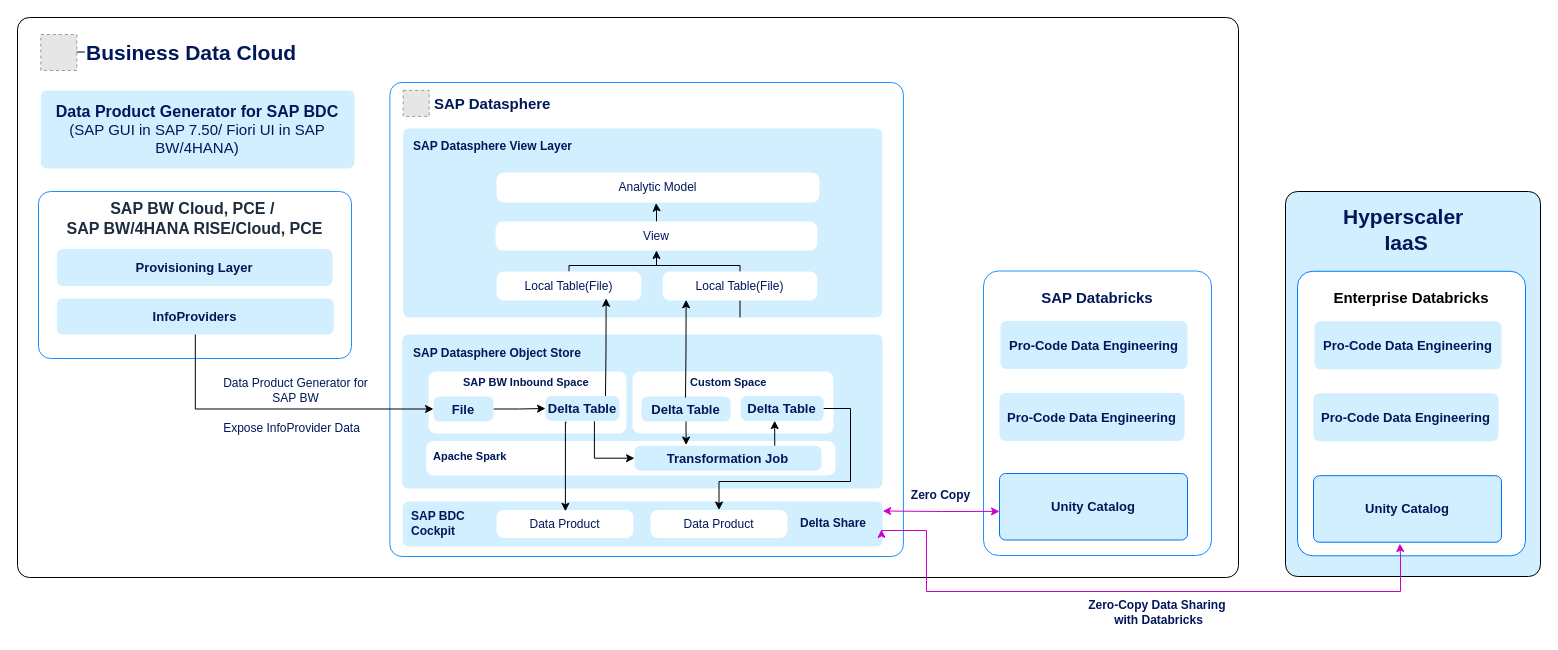
Before: docs/ref-arch/RA0013/4-modernizing-sap-bw-with-sap-bdc/drawio/bw-approach-3.drawio in SAP/architecture-center, a draw.io diagram. Source tidied: cells renumbered, new cells numbered last; positions are measured from the earlier drawing's top-left corner, leaving out a move shared by most shapes. Both pictures are drawn from the tidied source at 100%, with x=0, y=0 at pixel (17, 17). Pictures stored in the file or linked from it are replaced by grey dashed boxes.
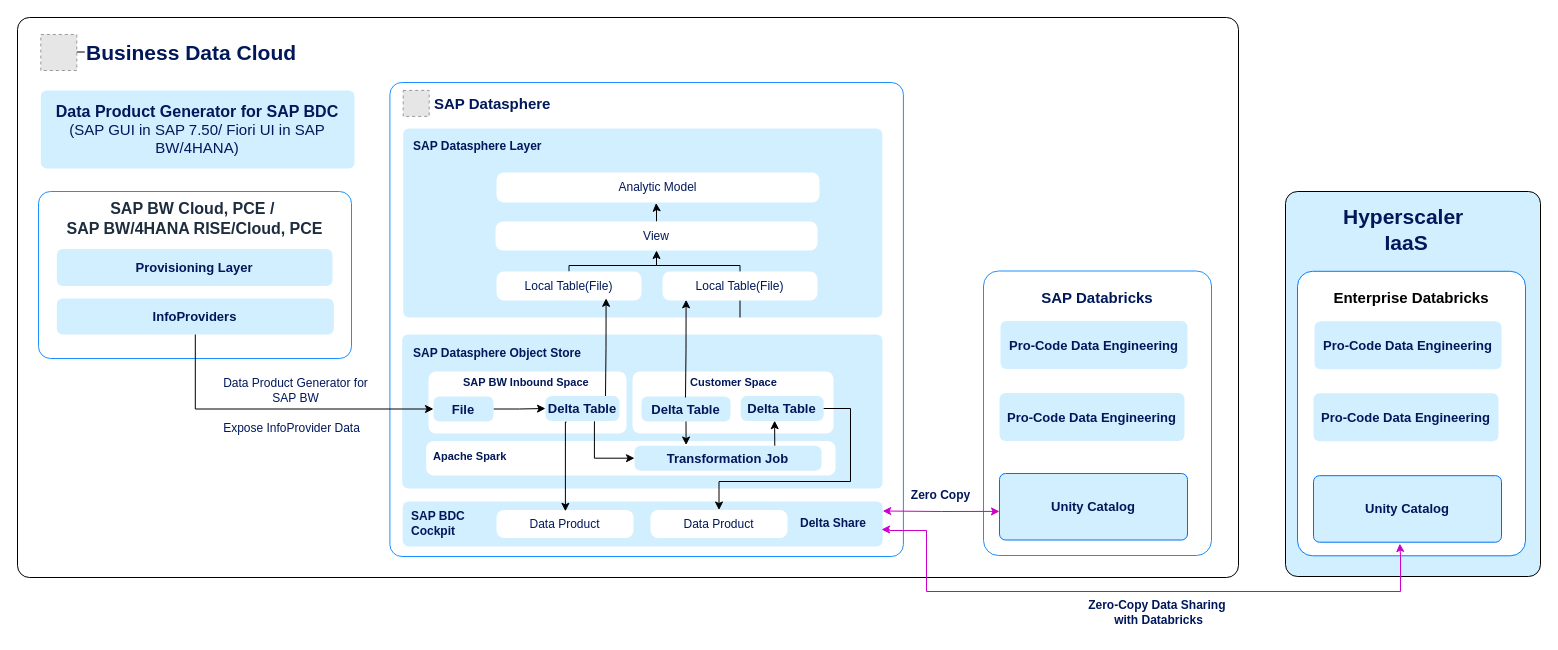
Above is the later version.

The change refers to these unchanged cells:
```xml
<mxCell id="60" value="&lt;span&gt;Unity Catalog&lt;/span&gt;" style="rounded=1;whiteSpace=wrap;html=1;strokeColor=#0070F2;fillColor=#D1EFFF;arcSize=12;absoluteArcSize=1;imageWidth=64;imageHeight=64;strokeWidth=1;fontStyle=1;fontColor=light-dark(#00185A,#CCDDFF);fontSize=13;align=center;verticalAlign=middle;fontFamily=Helvetica;gradientColor=none;gradientDirection=south;" parent="1" vertex="1">
  <mxGeometry x="1296" y="458.2" width="188" height="66.5" as="geometry" />
</mxCell>
```

What changed in the source:
```diff
@@
-    <mxCell id="25" value="&lt;font face=&quot;arial&quot;&gt;&lt;b&gt;SAP Datasphere&amp;nbsp;&lt;/b&gt;&lt;/font&gt;&lt;b style=&quot;font-family: arial; background-color: transparent;&quot;&gt;View Layer&lt;/b&gt;" style="text;html=1;align=left;verticalAlign=middle;strokeColor=none;fillColor=none;fontSize=12;fontColor=light-dark(#00185A,#C5D9FF);fontFamily=Helvetica;" parent="1" vertex="1">
-      <mxGeometry x="394" y="116" width="177" height="26" as="geometry" />
+    <mxCell id="25" value="&lt;font face=&quot;arial&quot;&gt;&lt;b&gt;SAP Datasphere&lt;/b&gt;&lt;/font&gt;&lt;b style=&quot;font-family: arial; background-color: transparent;&quot;&gt;&amp;nbsp;Layer&lt;/b&gt;" style="text;html=1;align=left;verticalAlign=middle;strokeColor=none;fillColor=none;fontSize=12;fontColor=light-dark(#00185A,#C5D9FF);fontFamily=Helvetica;" parent="1" vertex="1">
+      <mxGeometry x="394" y="116" width="147" height="26" as="geometry" />
     </mxCell>
@@
-    <mxCell id="38" value="&lt;font style=&quot;font-size: 11px;&quot;&gt;&lt;b style=&quot;&quot;&gt;Custom Space&lt;/b&gt;&lt;/font&gt;" style="text;whiteSpace=wrap;html=1;align=left;spacing=0;fontColor=light-dark(#00185A,#C5D9FF);fontSize=15;verticalAlign=middle;" parent="1" vertex="1">
+    <mxCell id="38" value="&lt;font style=&quot;font-size: 11px;&quot;&gt;&lt;b style=&quot;&quot;&gt;Customer Space&lt;/b&gt;&lt;/font&gt;" style="text;whiteSpace=wrap;html=1;align=left;spacing=0;fontColor=light-dark(#00185A,#C5D9FF);fontSize=15;verticalAlign=middle;" parent="1" vertex="1">
       <mxGeometry x="673" y="351" width="125" height="24" as="geometry" />
     </mxCell>
@@
     <mxCell id="65" style="edgeStyle=orthogonalEdgeStyle;rounded=0;jettySize=auto;html=1;startArrow=classic;startFill=1;strokeColor=#CC00CC;strokeWidth=1;entryX=0.459;entryY=1.021;entryDx=0;entryDy=0;entryPerimeter=0;" parent="1" edge="1" target="60">
       <mxGeometry relative="1" as="geometry">
         <mxPoint x="864" y="512" as="sourcePoint" />
         <Array as="points">
-          <mxPoint x="864" y="513" />
+          <mxPoint x="872" y="512" />
           <mxPoint x="909" y="513" />
           <mxPoint x="909" y="574" />
           <mxPoint x="1383" y="574" />
           <mxPoint x="1383" y="538" />
           <mxPoint x="1382" y="538" />
         </Array>
       </mxGeometry>
     </mxCell>
```
